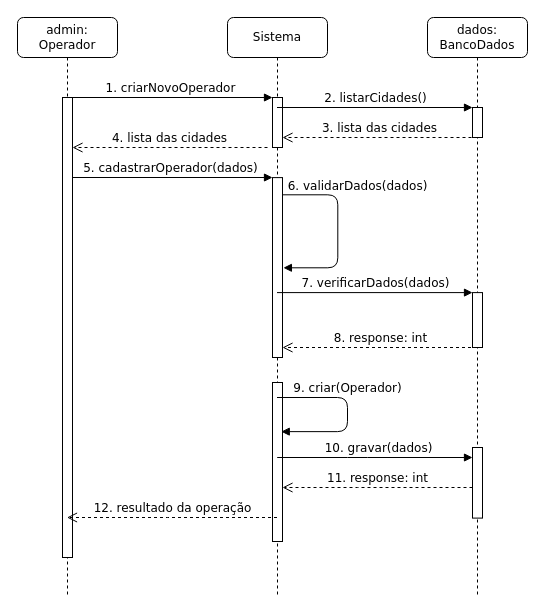
LuizGustavoNascimeto/draw.io keeps this draw.io diagram as page "criar Operador" (1 of 3) of diagrama de sequencia do sistema.drawio. Above is the earlier version. Source tidied: cells renumbered, new cells numbered last; positions are measured from the earlier drawing's top-left corner, leaving out a move shared by most shapes. Both pictures are drawn from the tidied source at 100%, with x=0, y=0 at pixel (17, 17).
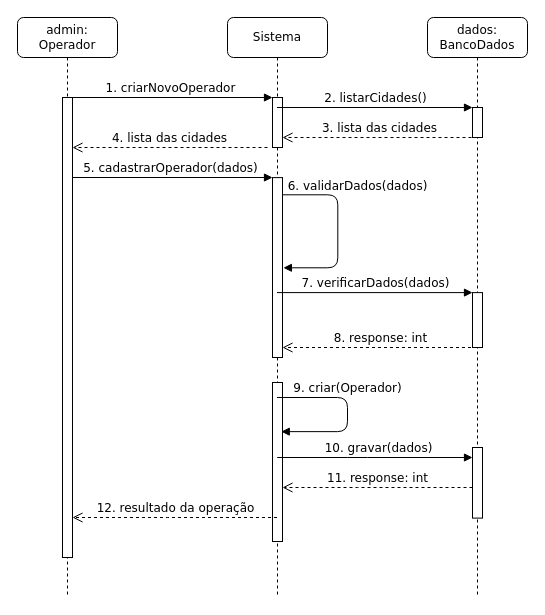
The same page after the edit.

The change refers to these unchanged cells:
```xml
<mxCell id="3" value="admin: Operador" style="shape=umlLifeline;perimeter=lifelinePerimeter;whiteSpace=wrap;html=1;outlineConnect=0;rounded=1;shadow=0;comic=0;labelBackgroundColor=none;strokeWidth=1;fontFamily=Verdana;fontSize=12;align=center;" parent="1" vertex="1">
  <mxGeometry width="100" height="580" as="geometry" />
</mxCell>
<mxCell id="4" style="html=1;points=[];perimeter=orthogonalPerimeter;rounded=0;shadow=0;comic=0;labelBackgroundColor=none;strokeWidth=1;fontFamily=Verdana;fontSize=12;align=center;" parent="3" vertex="1">
  <mxGeometry x="45" y="80" width="10" height="460" as="geometry" />
</mxCell>
<mxCell id="7" value="Sistema" style="shape=umlLifeline;perimeter=lifelinePerimeter;whiteSpace=wrap;html=1;outlineConnect=0;rounded=1;shadow=0;comic=0;labelBackgroundColor=none;strokeWidth=1;fontFamily=Verdana;fontSize=12;align=center;" parent="1" vertex="1">
  <mxGeometry x="210" width="100" height="580" as="geometry" />
</mxCell>
```

What changed in the source:
```diff
@@
-    <mxCell id="21" value="12. resultado da operação" style="html=1;verticalAlign=bottom;endArrow=open;dashed=1;endSize=8;labelBackgroundColor=none;fontFamily=Verdana;fontSize=12;edgeStyle=elbowEdgeStyle;elbow=vertical;" parent="1" edge="1" source="7" target="3">
+    <mxCell id="21" value="12. resultado da operação" style="html=1;verticalAlign=bottom;endArrow=open;dashed=1;endSize=8;labelBackgroundColor=none;fontFamily=Verdana;fontSize=12;edgeStyle=elbowEdgeStyle;elbow=vertical;" parent="1" edge="1" source="7" target="4">
       <mxGeometry relative="1" as="geometry">
         <Array as="points">
           <mxPoint x="160" y="500" />
         </Array>
       </mxGeometry>
     </mxCell>
```
